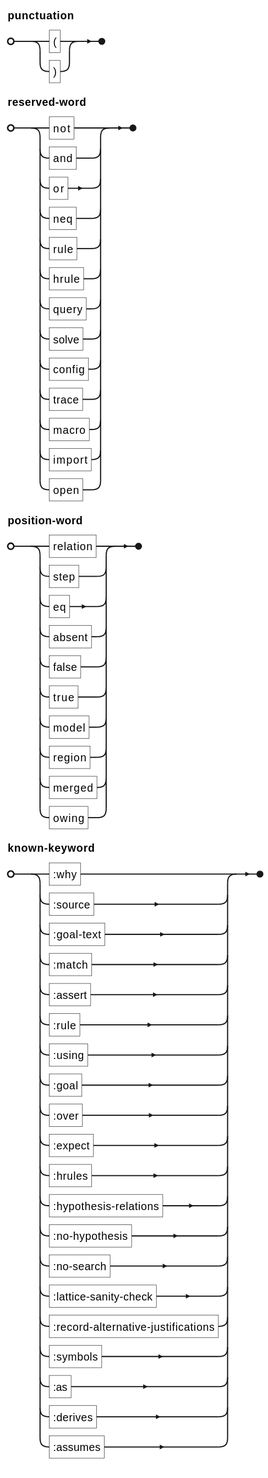
Before: docs/ein/user/04-reference/diagrams/01-grammar-lexical-own-text.svg, a diagram exported from PlantUML (agutikov/ein). Its source is kept beside it as docs/ein/user/04-reference/diagrams/01-grammar-lexical-own-text.puml.
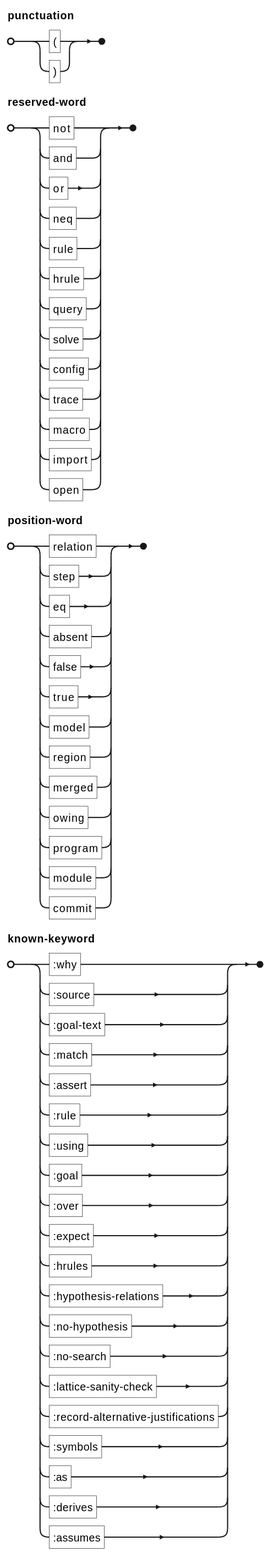
The same file after the commit.

Diff of the diagram source:
```diff
@@ -5,7 +5,7 @@
   | "macro" | "import" | "open" ;
 position-word =
     "relation" | "step" | "eq" | "absent" | "false" | "true" | "model" | "region" | "merged"
-  | "owing" ;
+  | "owing" | "program" | "module" | "commit" ;
 known-keyword =
     ":why" | ":source" | ":goal-text" | ":match" | ":assert" | ":rule" | ":using" | ":goal"
   | ":over" | ":expect" | ":hrules" | ":hypothesis-relations" | ":no-hypothesis" | ":no-search"
```
